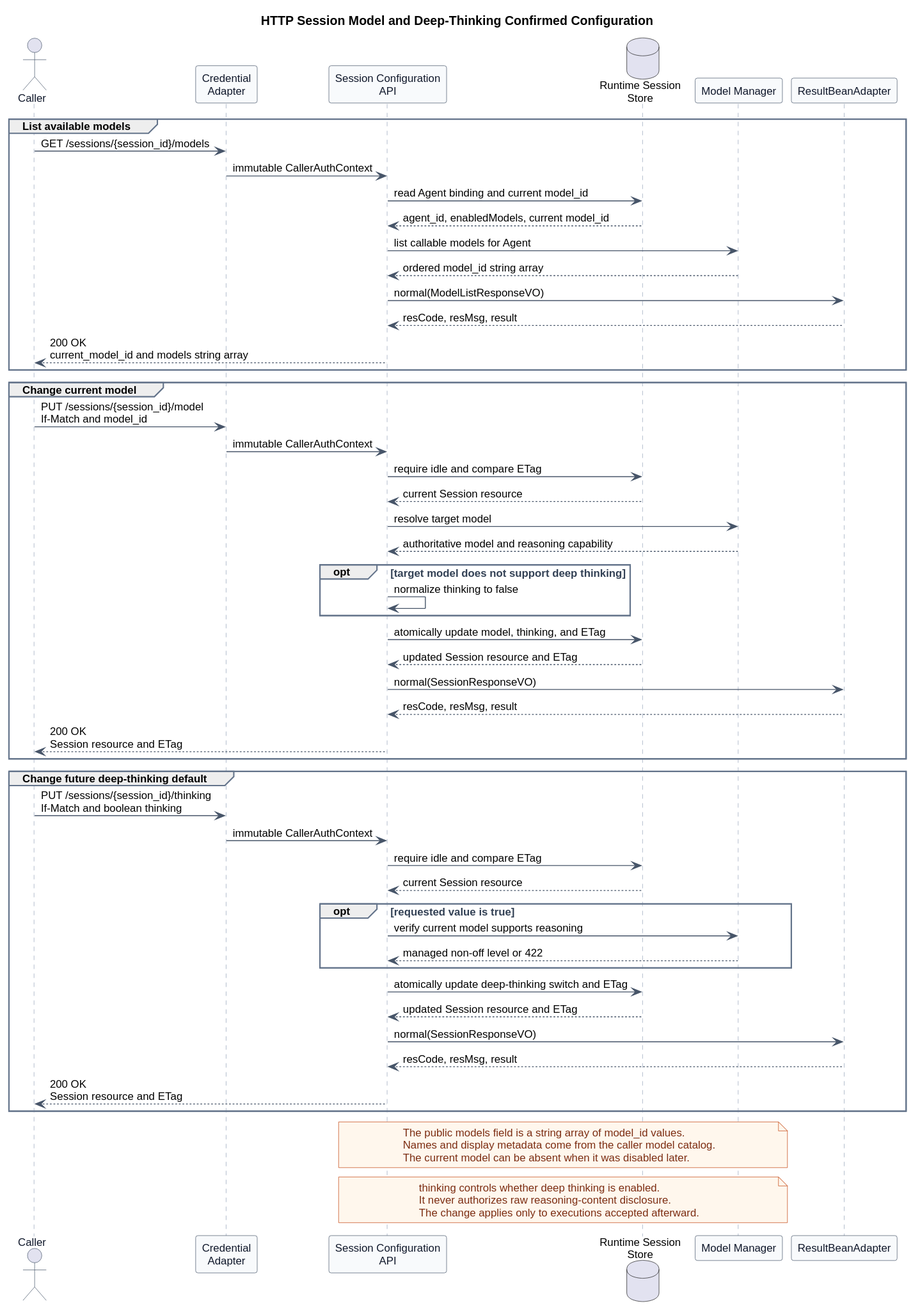
The PlantUML diagram pi-mono-java-manager-driven-multi-agent-runtime/diagrams/session-configuration/http_session_model_configuration.svg in ssm0808/pi-mono-java-design, before a commit.
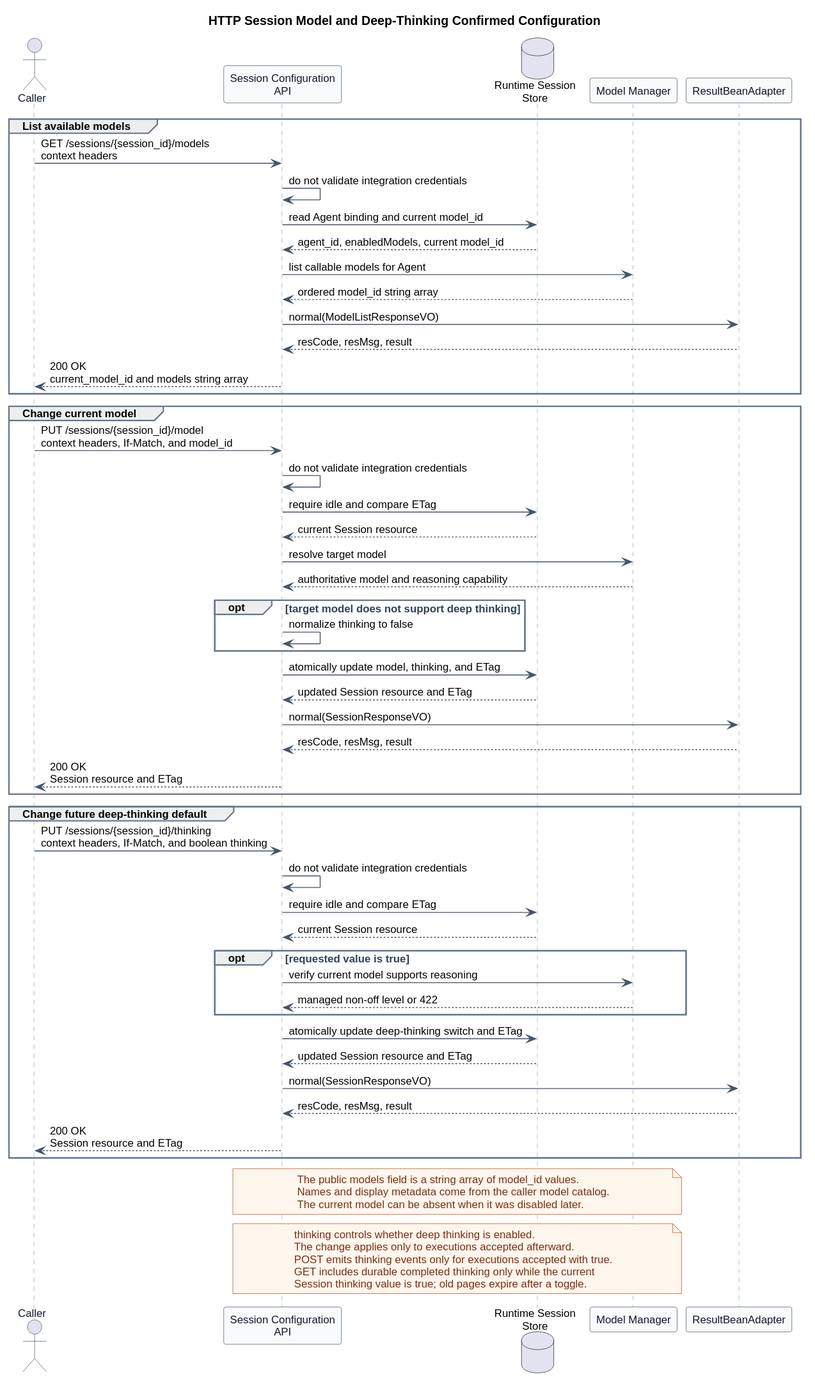
The same file after the commit.

What changed in the source:
```diff
@@ -25,15 +25,14 @@
 }
 
 actor Caller
-participant "Credential\nAdapter" as Auth
 participant "Session Configuration\nAPI" as API
 database "Runtime Session\nStore" as Store
 participant "Model Manager" as Models
 participant ResultBeanAdapter
 
 group List available models
-  Caller -> Auth : GET /sessions/{session_id}/models
-  Auth -> API : immutable CallerAuthContext
+  Caller -> API : GET /sessions/{session_id}/models\ncontext headers
+  API -> API : do not validate integration credentials
   API -> Store : read Agent binding and current model_id
   Store --> API : agent_id, enabledModels, current model_id
   API -> Models : list callable models for Agent
@@ -44,8 +43,8 @@
 end
 
 group Change current model
-  Caller -> Auth : PUT /sessions/{session_id}/model\nIf-Match and model_id
-  Auth -> API : immutable CallerAuthContext
+  Caller -> API : PUT /sessions/{session_id}/model\ncontext headers, If-Match, and model_id
+  API -> API : do not validate integration credentials
   API -> Store : require idle and compare ETag
   Store --> API : current Session resource
   API -> Models : resolve target model
@@ -61,8 +60,8 @@
 end
 
 group Change future deep-thinking default
-  Caller -> Auth : PUT /sessions/{session_id}/thinking\nIf-Match and boolean thinking
-  Auth -> API : immutable CallerAuthContext
+  Caller -> API : PUT /sessions/{session_id}/thinking\ncontext headers, If-Match, and boolean thinking
+  API -> API : do not validate integration credentials
   API -> Store : require idle and compare ETag
   Store --> API : current Session resource
   opt requested value is true
@@ -84,7 +83,9 @@
 
 note over API,Models
 thinking controls whether deep thinking is enabled.
-It never authorizes raw reasoning-content disclosure.
 The change applies only to executions accepted afterward.
+POST emits thinking events only for executions accepted with true.
+GET includes durable completed thinking only while the current
+Session thinking value is true; old pages expire after a toggle.
 end note
 @enduml
```
